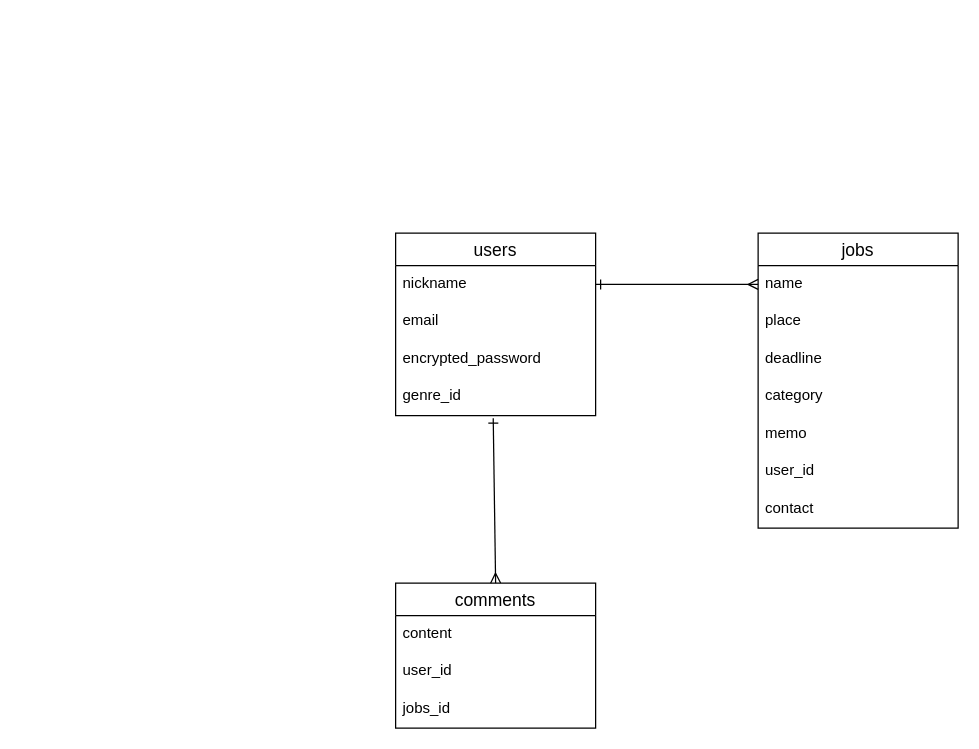
Before: factory.drawio in ikejiri-ohashi/factory, a draw.io diagram. Source tidied: cells renumbered, new cells numbered last; positions are measured from the earlier drawing's top-left corner, leaving out a move shared by most shapes. Both pictures are drawn from the tidied source at 125%, with x=0, y=0 at pixel (395, 232).
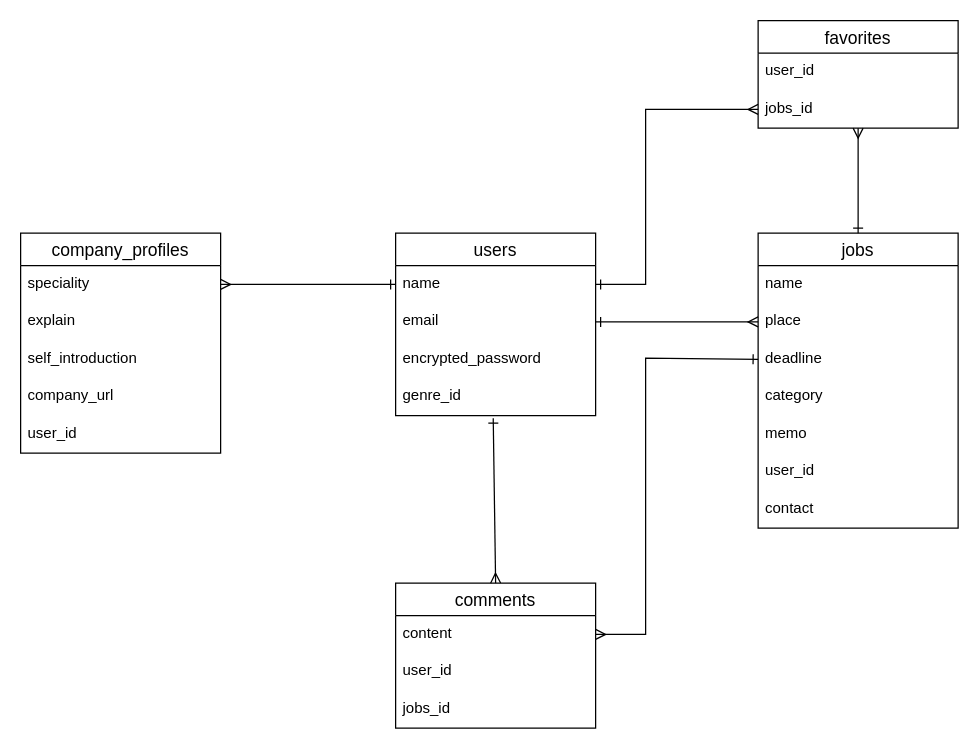
The same diagram, later.

The change refers to these unchanged cells:
```xml
<mxCell id="2" value="users" style="swimlane;fontStyle=0;horizontal=1;startSize=26;align=center;fontSize=14;" parent="1" vertex="1">
  <mxGeometry width="160" height="146" as="geometry" />
</mxCell>
<mxCell id="4" value="email" style="text;strokeColor=none;fillColor=none;spacingLeft=4;spacingRight=4;overflow=hidden;points=[[0,0.5],[1,0.5]];portConstraint=eastwest;fontSize=12;" parent="2" vertex="1">
  <mxGeometry y="56" width="160" height="30" as="geometry" />
</mxCell>
<mxCell id="7" value="jobs" style="swimlane;fontStyle=0;horizontal=1;startSize=26;align=center;fontSize=14;" parent="1" vertex="1">
  <mxGeometry x="290" width="160" height="236" as="geometry" />
</mxCell>
<mxCell id="8" value="name" style="text;strokeColor=none;fillColor=none;spacingLeft=4;spacingRight=4;overflow=hidden;points=[[0,0.5],[1,0.5]];portConstraint=eastwest;fontSize=12;" parent="7" vertex="1">
  <mxGeometry y="26" width="160" height="30" as="geometry" />
</mxCell>
<mxCell id="9" value="place" style="text;strokeColor=none;fillColor=none;spacingLeft=4;spacingRight=4;overflow=hidden;points=[[0,0.5],[1,0.5]];portConstraint=eastwest;fontSize=12;" parent="7" vertex="1">
  <mxGeometry y="56" width="160" height="30" as="geometry" />
</mxCell>
<mxCell id="10" value="deadline" style="text;strokeColor=none;fillColor=none;spacingLeft=4;spacingRight=4;overflow=hidden;points=[[0,0.5],[1,0.5]];portConstraint=eastwest;fontSize=12;" parent="7" vertex="1">
  <mxGeometry y="86" width="160" height="30" as="geometry" />
</mxCell>
<mxCell id="17" value="content" style="text;strokeColor=none;fillColor=none;spacingLeft=4;spacingRight=4;overflow=hidden;points=[[0,0.5],[1,0.5]];portConstraint=eastwest;fontSize=12;" parent="16" vertex="1">
  <mxGeometry y="26" width="160" height="30" as="geometry" />
</mxCell>
```

Change to the diagram source:
```diff
@@
-    <mxCell id="3" value="nickname" style="text;strokeColor=none;fillColor=none;spacingLeft=4;spacingRight=4;overflow=hidden;points=[[0,0.5],[1,0.5]];portConstraint=eastwest;fontSize=12;" parent="2" vertex="1">
+    <mxCell id="3" value="name" style="text;strokeColor=none;fillColor=none;spacingLeft=4;spacingRight=4;overflow=hidden;points=[[0,0.5],[1,0.5]];portConstraint=eastwest;fontSize=12;" parent="2" vertex="1">
       <mxGeometry y="26" width="160" height="30" as="geometry" />
     </mxCell>
@@
-    <mxCell id="15" style="rounded=0;jettySize=auto;html=1;exitX=1;exitY=0.5;exitDx=0;exitDy=0;entryX=0;entryY=0.5;entryDx=0;entryDy=0;endArrow=ERmany;endFill=0;startArrow=ERone;startFill=0;" parent="1" edge="1" source="3" target="8">
+    <mxCell id="15" style="rounded=0;jettySize=auto;html=1;exitX=1;exitY=0.5;exitDx=0;exitDy=0;entryX=0;entryY=0.5;entryDx=0;entryDy=0;endArrow=ERmany;endFill=0;startArrow=ERone;startFill=0;" parent="1" edge="1" source="4" target="9">
       <mxGeometry relative="1" as="geometry" />
     </mxCell>
@@
+    <mxCell id="21" value="company_profiles" style="swimlane;fontStyle=0;horizontal=1;startSize=26;align=center;fontSize=14;" parent="1" vertex="1">
+      <mxGeometry x="-300" width="160" height="176" as="geometry" />
+    </mxCell>
+    <mxCell id="22" value="speciality" style="text;strokeColor=none;fillColor=none;spacingLeft=4;spacingRight=4;overflow=hidden;points=[[0,0.5],[1,0.5]];portConstraint=eastwest;fontSize=12;" parent="21" vertex="1">
+      <mxGeometry y="26" width="160" height="30" as="geometry" />
+    </mxCell>
+    <mxCell id="23" value="explain" style="text;strokeColor=none;fillColor=none;spacingLeft=4;spacingRight=4;overflow=hidden;fontSize=12;" parent="21" vertex="1">
+      <mxGeometry y="56" width="160" height="30" as="geometry" />
+    </mxCell>
+    <mxCell id="24" value="self_introduction" style="text;strokeColor=none;fillColor=none;spacingLeft=4;spacingRight=4;overflow=hidden;fontSize=12;" parent="21" vertex="1">
+      <mxGeometry y="86" width="160" height="30" as="geometry" />
+    </mxCell>
+    <mxCell id="25" value="company_url" style="text;strokeColor=none;fillColor=none;spacingLeft=4;spacingRight=4;overflow=hidden;fontSize=12;" parent="21" vertex="1">
+      <mxGeometry y="116" width="160" height="30" as="geometry" />
+    </mxCell>
+    <mxCell id="26" value="user_id" style="text;strokeColor=none;fillColor=none;spacingLeft=4;spacingRight=4;overflow=hidden;fontSize=12;" parent="21" vertex="1">
+      <mxGeometry y="146" width="160" height="30" as="geometry" />
+    </mxCell>
+    <mxCell id="27" style="rounded=0;jettySize=auto;html=1;exitX=0;exitY=0.5;exitDx=0;exitDy=0;entryX=1;entryY=0.5;entryDx=0;entryDy=0;endArrow=ERmany;endFill=0;startArrow=ERone;startFill=0;" parent="1" edge="1" source="3" target="22">
+      <mxGeometry relative="1" as="geometry" />
+    </mxCell>
+    <mxCell id="28" style="rounded=0;jettySize=auto;html=1;exitX=0;exitY=0.5;exitDx=0;exitDy=0;endArrow=ERmany;endFill=0;startArrow=ERone;startFill=0;entryX=1;entryY=0.5;entryDx=0;entryDy=0;" parent="1" edge="1" source="10" target="17">
+      <mxGeometry relative="1" as="geometry">
+        <Array as="points">
+          <mxPoint x="200" y="100" />
+          <mxPoint x="200" y="321" />
+        </Array>
+      </mxGeometry>
+    </mxCell>
+    <mxCell id="29" value="favorites" style="swimlane;fontStyle=0;horizontal=1;startSize=26;align=center;fontSize=14;" parent="1" vertex="1">
+      <mxGeometry x="290" y="-170" width="160" height="86" as="geometry" />
+    </mxCell>
+    <mxCell id="30" value="user_id" style="text;strokeColor=none;fillColor=none;spacingLeft=4;spacingRight=4;overflow=hidden;fontSize=12;" parent="29" vertex="1">
+      <mxGeometry y="26" width="160" height="30" as="geometry" />
+    </mxCell>
+    <mxCell id="31" value="jobs_id" style="text;strokeColor=none;fillColor=none;spacingLeft=4;spacingRight=4;overflow=hidden;points=[[0,0.5],[1,0.5]];portConstraint=eastwest;fontSize=12;" parent="29" vertex="1">
+      <mxGeometry y="56" width="160" height="30" as="geometry" />
+    </mxCell>
+    <mxCell id="32" style="rounded=0;jettySize=auto;html=1;endArrow=ERmany;endFill=0;startArrow=ERone;startFill=0;exitX=0.5;exitY=0;exitDx=0;exitDy=0;" parent="1" edge="1" source="7" target="31">
+      <mxGeometry relative="1" as="geometry" />
+    </mxCell>
+    <mxCell id="33" style="rounded=0;jettySize=auto;html=1;exitX=1;exitY=0.5;exitDx=0;exitDy=0;entryX=0;entryY=0.5;entryDx=0;entryDy=0;endArrow=ERmany;endFill=0;startArrow=ERone;startFill=0;" parent="1" edge="1" source="3" target="31">
+      <mxGeometry relative="1" as="geometry">
+        <Array as="points">
+          <mxPoint x="200" y="41" />
+          <mxPoint x="200" y="-99" />
+        </Array>
+      </mxGeometry>
+    </mxCell>
```
